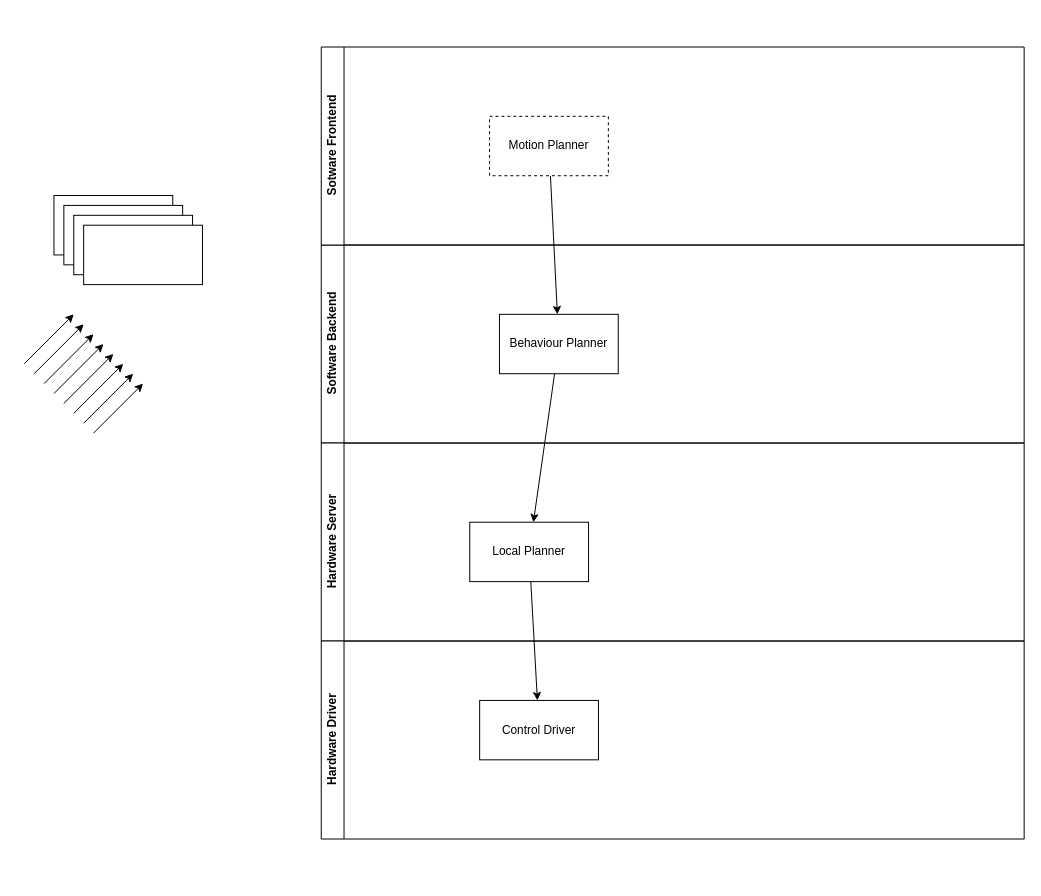
The draw.io diagram SDP.drawio in 2023-SDP-G21/RobotDesign, before the edit. Source tidied: cells renumbered, new cells numbered last; positions are measured from the earlier drawing's top-left corner, leaving out a move shared by most shapes. Both pictures are drawn from the tidied source at 99%, with x=0, y=0 at pixel (24, 47).
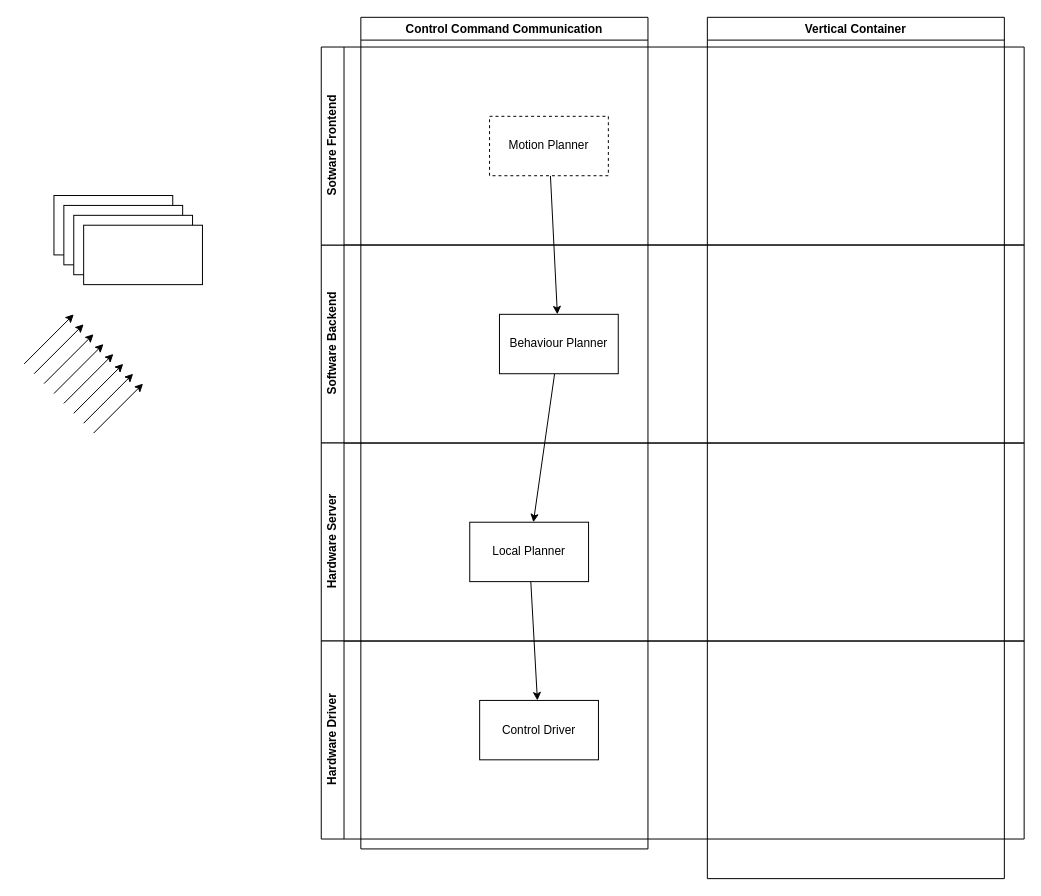
After the change.

What changed in the source:
```diff
@@
+    <mxCell id="25" value="Control Command Communication" style="swimlane;whiteSpace=wrap;html=1;" parent="1" vertex="1">
+      <mxGeometry x="340" y="-30" width="290" height="840" as="geometry" />
+    </mxCell>
+    <mxCell id="26" value="Vertical Container" style="swimlane;whiteSpace=wrap;html=1;" parent="1" vertex="1">
+      <mxGeometry x="690" y="-30" width="300" height="870" as="geometry" />
+    </mxCell>
```
